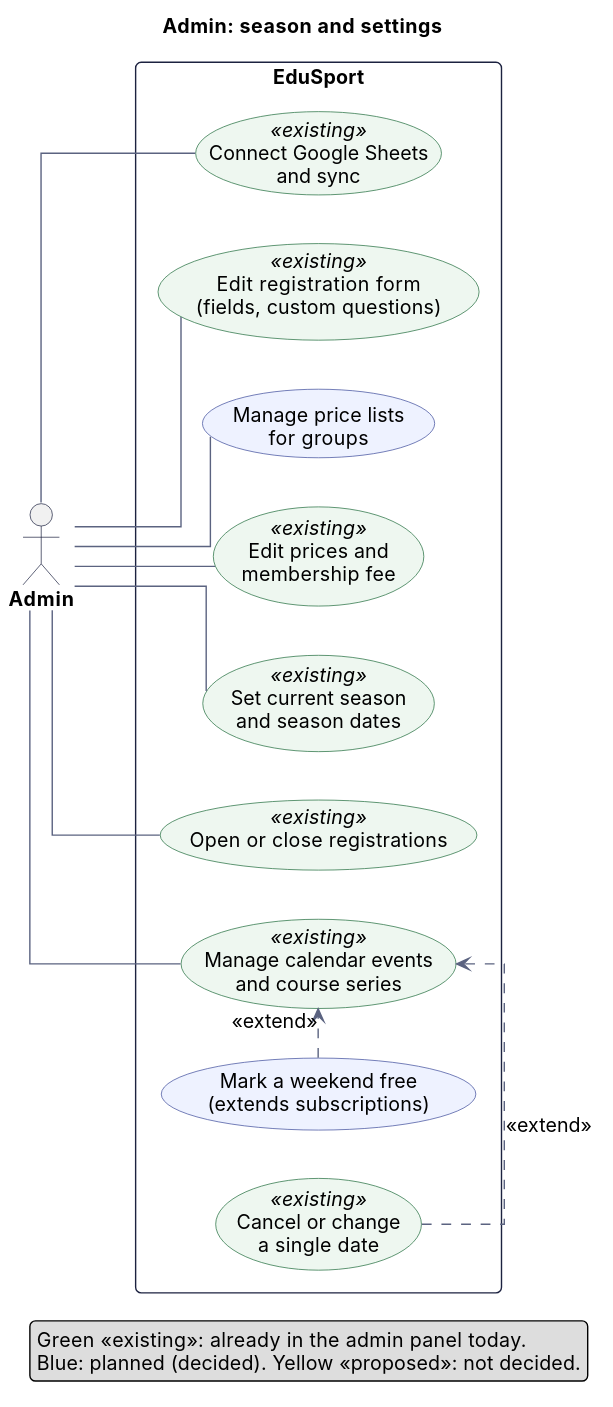
This is docs/architecture/diagrams/02d-admin-settings.svg from codrin-postu/edusport_backend, a PlantUML export, as it was before one commit.
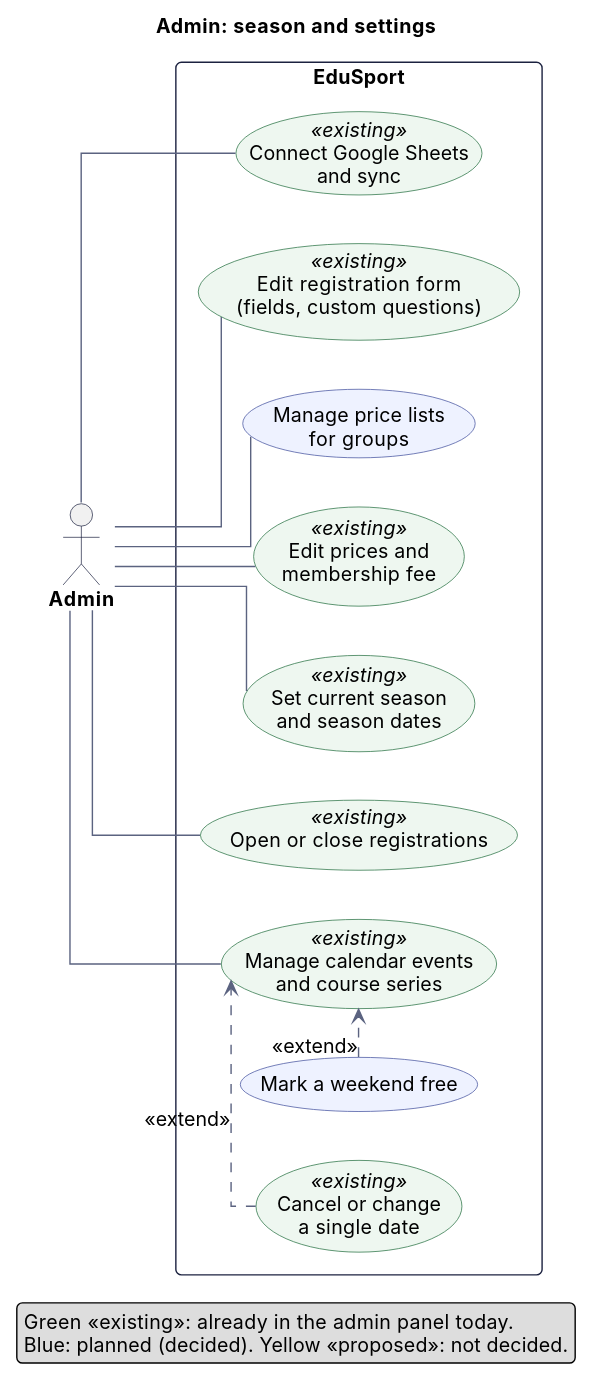
The same file after the commit.

Change to the diagram source:
```diff
@@ -10,7 +10,7 @@
   usecase "Manage price lists\nfor groups" as PList
   usecase "Manage calendar events\nand course series" <<existing>> as Cal
   usecase "Cancel or change\na single date" <<existing>> as Occ
-  usecase "Mark a weekend free\n(extends subscriptions)" as Free
+  usecase "Mark a weekend free" as Free
   usecase "Edit registration form\n(fields, custom questions)" <<existing>> as Form
   usecase "Connect Google Sheets\nand sync" <<existing>> as Sheets
 }
```
